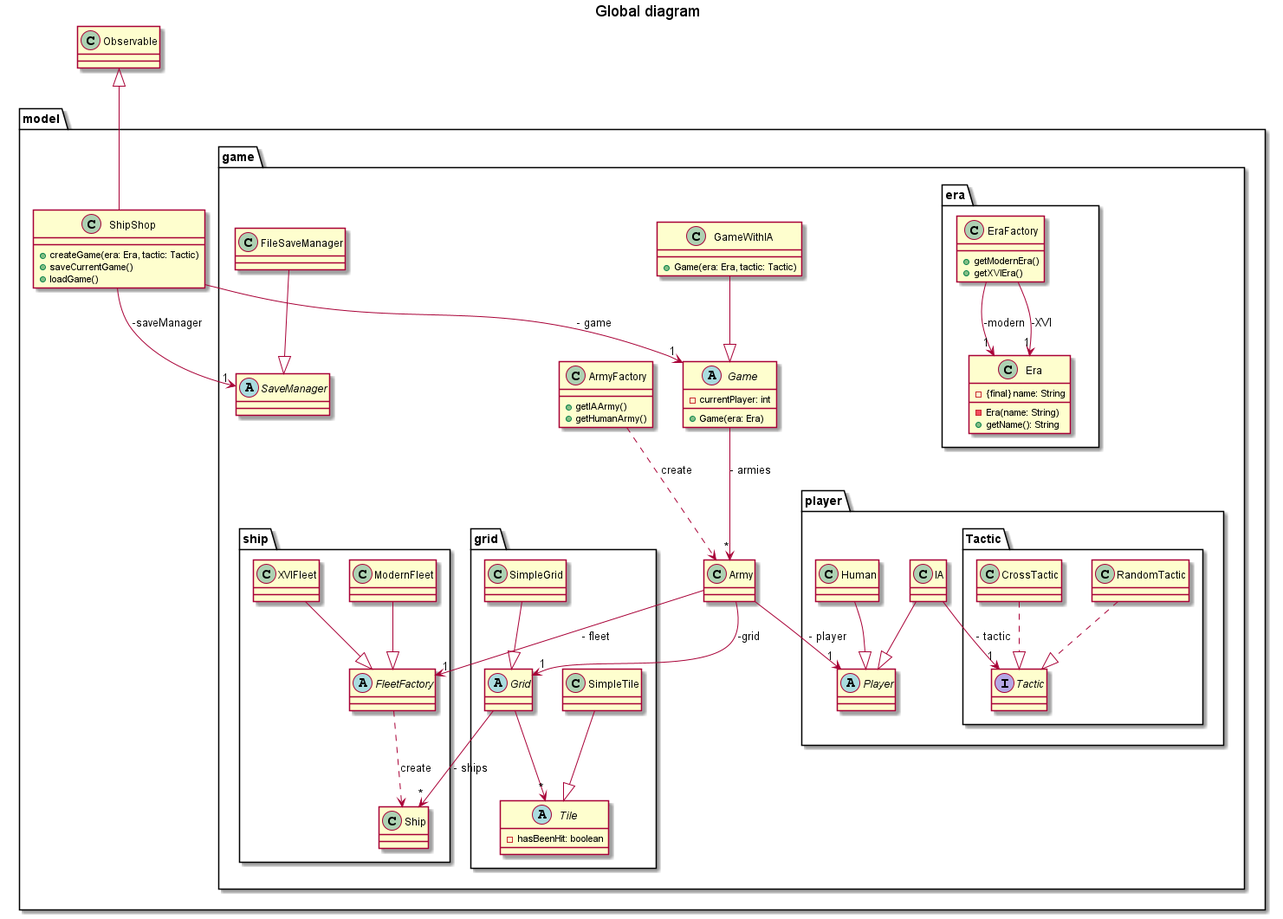
Reynault/ShipShop keeps this PlantUML diagram as doc/conception/image/class/global.png. Above is the earlier version.
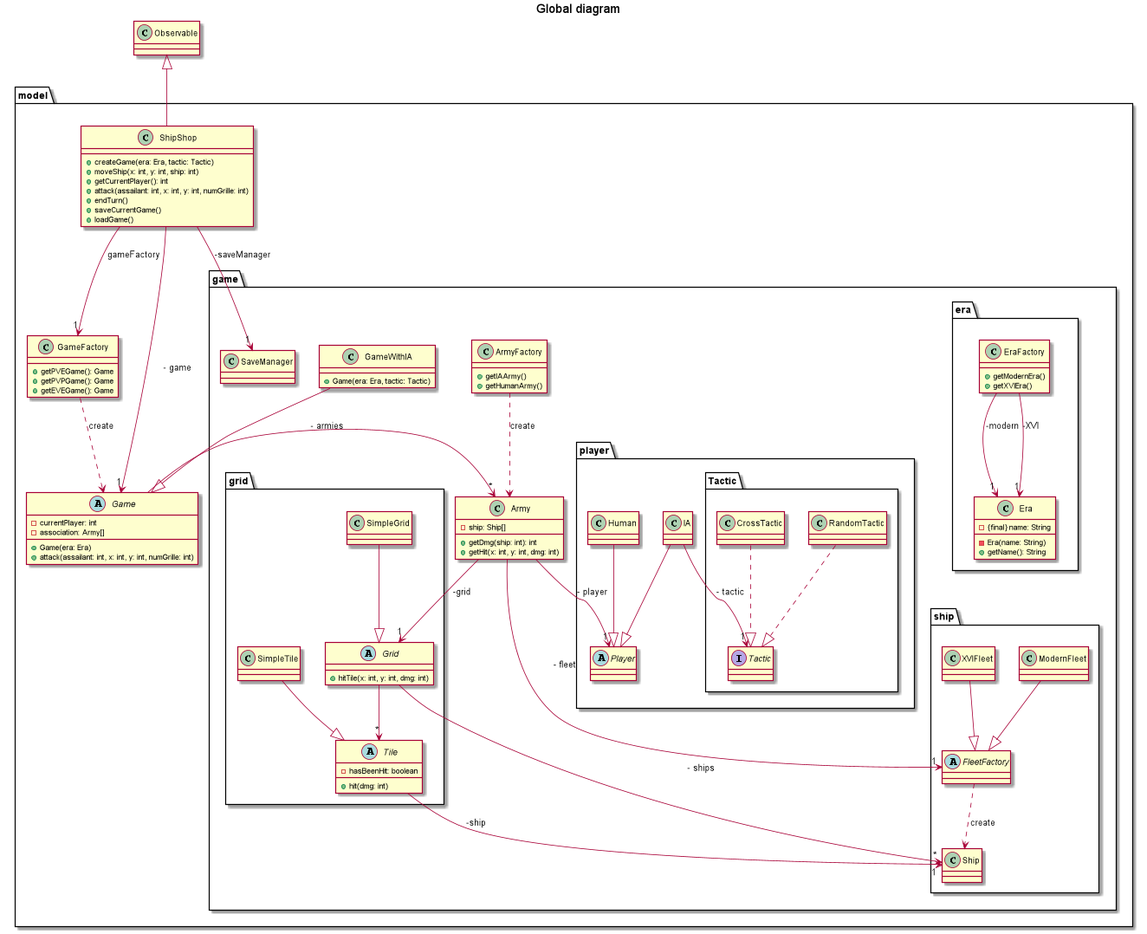
The same file after the commit.

What changed in the source:
```diff
@@ -10,15 +10,30 @@
 
     class ShipShop{
         + createGame(era: Era, tactic: Tactic)
+        + moveShip(x: int, y: int, ship: int)
+        + getCurrentPlayer(): int
+        + attack(assailant: int, x: int, y: int, numGrille: int)
+        + endTurn()
         + saveCurrentGame()
         + loadGame()
+    }
+
+    ShipShop --> "1" GameFactory: gameFactory
+    GameFactory ..> Game: create
+
+    class GameFactory{
+        + getPVEGame(): Game
+        + getPVPGame(): Game
+        + getEVEGame(): Game
     }
 
     package game{
 
         abstract Game{
             - currentPlayer: int
+            - association: Army[]
             + Game(era: Era)
+            + attack(assailant: int, x: int, y: int, numGrille: int)
         }
 
         class GameWithIA{
@@ -31,20 +46,19 @@
         }
 
         class Army{
-
+            - ship: Ship[]
+            + getDmg(ship: int): int
+            + getHit(x: int, y: int, dmg: int)
         }
 
-        abstract SaveManager{
-
-        }
-
-        class FileSaveManager{
+        class SaveManager{
 
         }
 
         package grid{
 
             abstract Grid{
+                + hitTile(x: int, y: int, dmg: int)
             }
 
             class SimpleGrid{
@@ -53,6 +67,7 @@
 
             abstract Tile{
                 - hasBeenHit: boolean
+                + hit(dmg: int)
             }
 
             class SimpleTile{
@@ -142,6 +157,8 @@
 Grid --> "*" Ship: - ships
 Grid --> "*" Tile
 
+Tile --> "1" Ship: -ship
+
 FleetFactory ..> Ship: "create"
 
 SimpleGrid --|> Grid
@@ -169,6 +186,5 @@
 RandomTactic ..|> Tactic
 CrossTactic ..|> Tactic
 
-FileSaveManager --|> SaveManager
 
 @enduml
```
